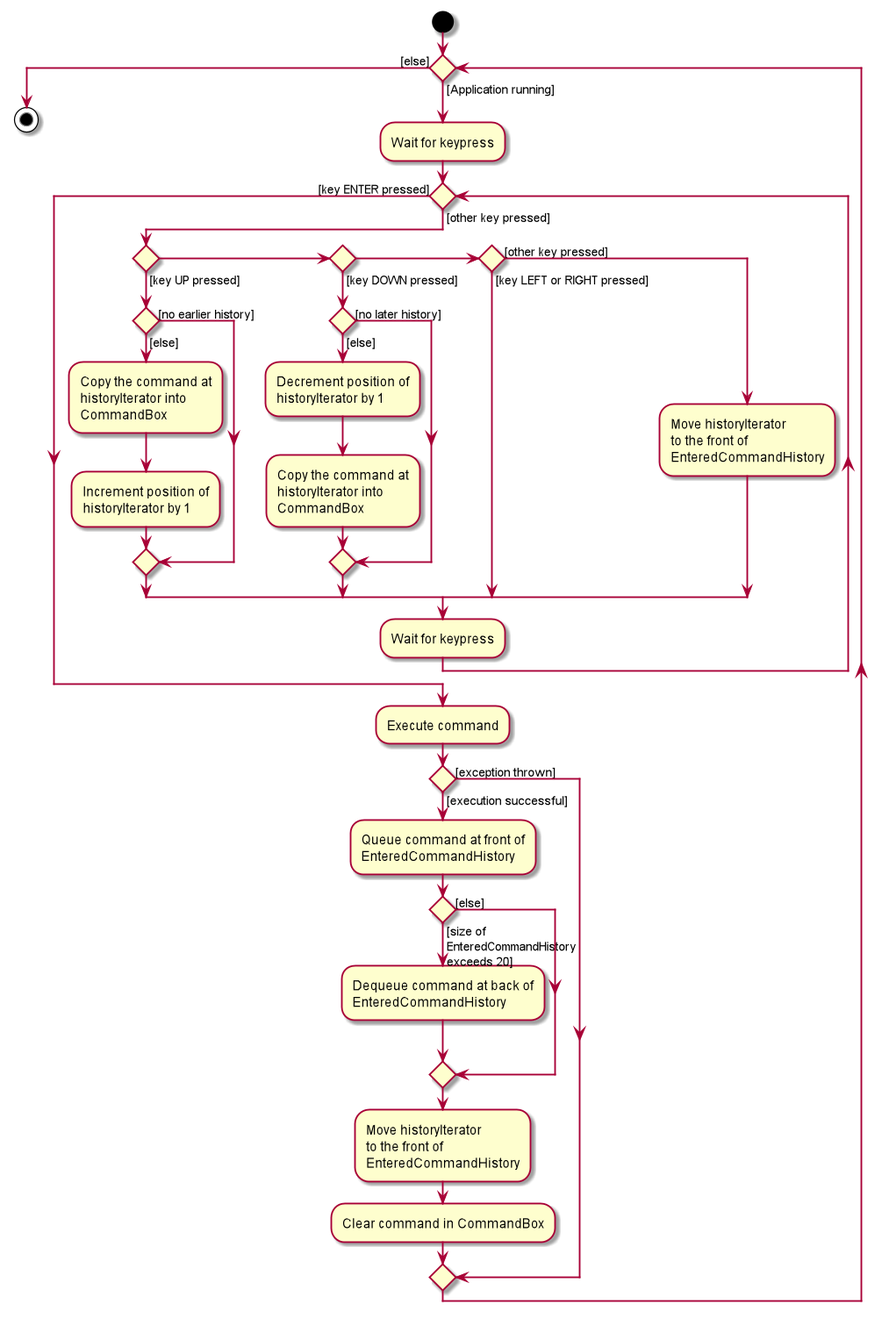
This is images/CommandHistoryActivityDiagram.png from AY1920S2-CS2103T-F10-2/main, a PlantUML export, as it was before one commit.
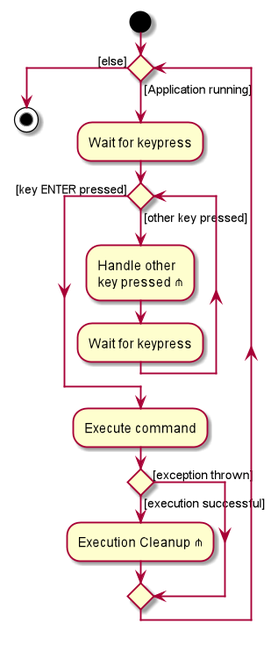
The same file after the commit.

Diff of the diagram source:
```diff
@@ -5,51 +5,14 @@
     :Wait for keypress;
 
     while () is ([other key pressed])
-        if () then ([key UP pressed])
-            if () then ([no earlier history])
-            else ([else])
-                :Copy the command at
-                historyIterator into
-                CommandBox;
-                :Increment position of
-                historyIterator by 1;
-            endif
-
-        else if () then ([key DOWN pressed])
-            if () then ([no later history])
-            else ([else])
-                :Decrement position of
-                historyIterator by 1;
-                :Copy the command at
-                historyIterator into
-                CommandBox;
-            endif
-
-        else if () then ([key LEFT or RIGHT pressed])
-        else ([other key pressed])
-            :Move historyIterator
-            to the front of
-            EnteredCommandHistory;
-
-        endif
+    :Handle other
+    key pressed ⋔;
     :Wait for keypress;
     endwhile ([key ENTER pressed])
 
   :Execute command;
   if () then ([execution successful])
-      :Queue command at front of
-      EnteredCommandHistory;
-
-      if () then ([size of \nEnteredCommandHistory\nexceeds 20])
-      :Dequeue command at back of
-      EnteredCommandHistory;
-      else ([else])
-      endif
-
-      :Move historyIterator
-      to the front of
-      EnteredCommandHistory;
-      :Clear command in CommandBox;
+      :Execution Cleanup ⋔;
   else ([exception thrown])
   endif
 endwhile ([else])
```
